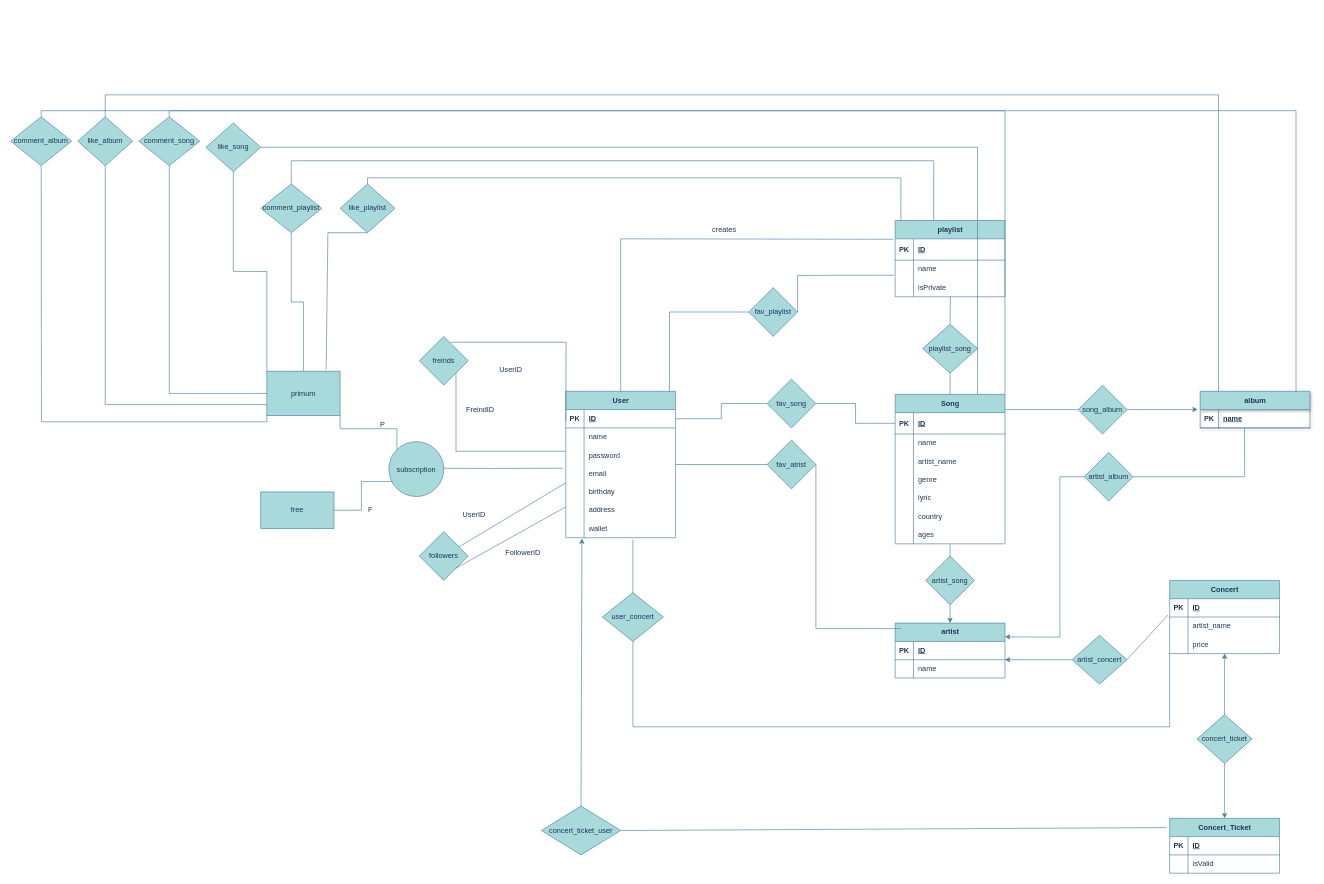
Earlier version of the draw.io diagram ER/ER-diagram-spotify.drawio (danialmd81/spotify). Source tidied: cells renumbered, new cells numbered last; positions are measured from the earlier drawing's top-left corner, leaving out a move shared by most shapes. Both pictures are drawn from the tidied source at 61%, with x=0, y=0 at pixel (10, 95).
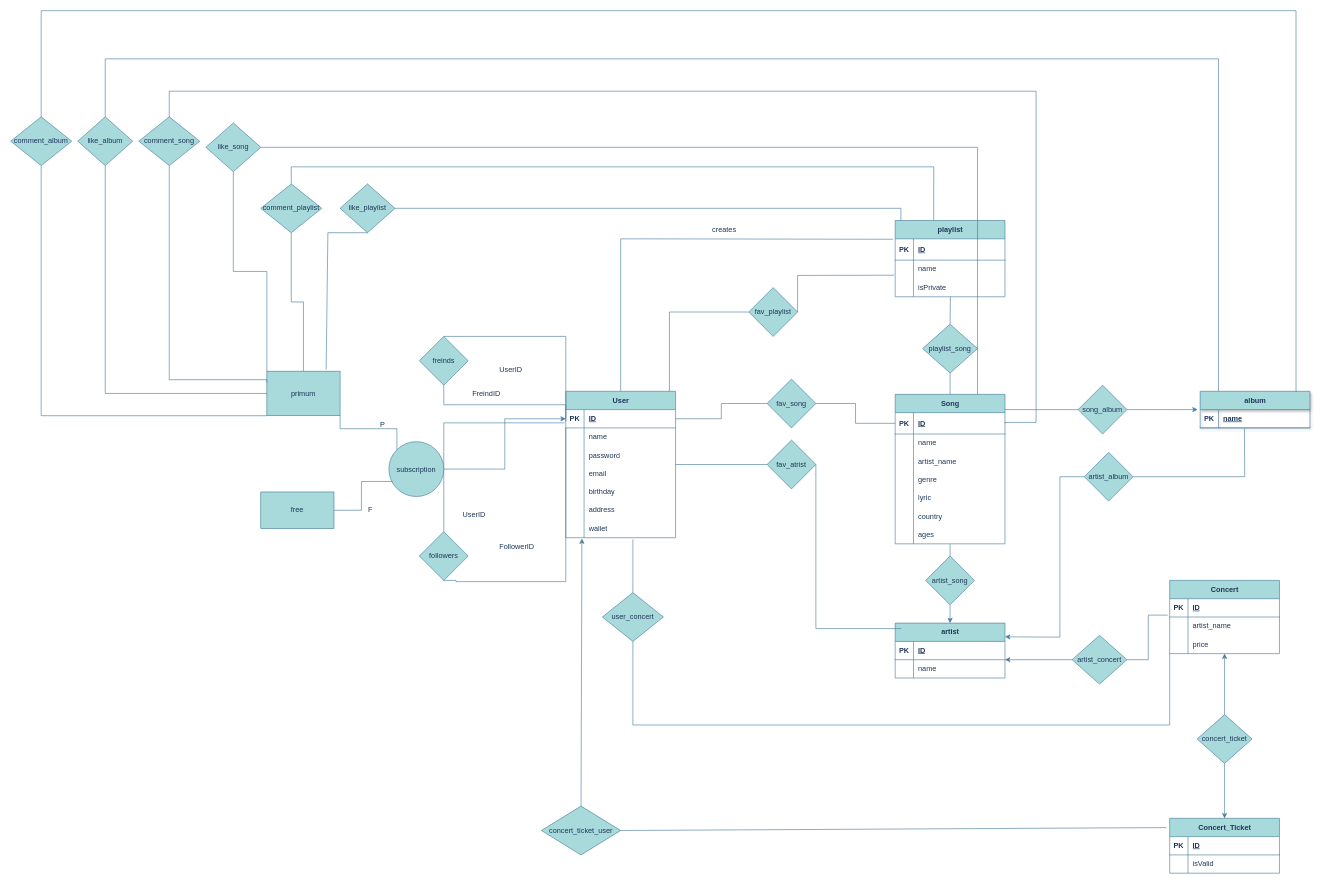
The same diagram, later.

Commit message:
feat: Add ER diagram and update project PDF

The change refers to these unchanged cells:
```xml
<mxCell id="3" style="shape=tableRow;horizontal=0;startSize=0;swimlaneHead=0;swimlaneBody=0;fillColor=none;points=[[0,0.5],[1,0.5]];portConstraint=eastwest;top=0;left=0;right=0;bottom=1;labelBackgroundColor=none;strokeColor=#457B9D;fontColor=#1D3557;rounded=0;" parent="2" vertex="1">
  <mxGeometry y="30" width="180" height="30" as="geometry" />
</mxCell>
<mxCell id="9" style="shape=tableRow;horizontal=0;startSize=0;swimlaneHead=0;swimlaneBody=0;fillColor=none;points=[[0,0.5],[1,0.5]];portConstraint=eastwest;top=0;left=0;right=0;bottom=0;labelBackgroundColor=none;strokeColor=#457B9D;fontColor=#1D3557;rounded=0;" parent="2" vertex="1">
  <mxGeometry y="90" width="180" height="30" as="geometry" />
</mxCell>
<mxCell id="12" style="shape=tableRow;horizontal=0;startSize=0;swimlaneHead=0;swimlaneBody=0;fillColor=none;points=[[0,0.5],[1,0.5]];portConstraint=eastwest;top=0;left=0;right=0;bottom=0;labelBackgroundColor=none;strokeColor=#457B9D;fontColor=#1D3557;rounded=0;" parent="2" vertex="1">
  <mxGeometry y="120" width="180" height="30" as="geometry" />
</mxCell>
<mxCell id="24" value="freinds" style="rhombus;whiteSpace=wrap;html=1;labelBackgroundColor=none;fillColor=#A8DADC;strokeColor=#457B9D;fontColor=#1D3557;rounded=0;" parent="1" vertex="1">
  <mxGeometry x="670" y="396" width="80" height="80" as="geometry" />
</mxCell>
<mxCell id="29" value="followers" style="rhombus;whiteSpace=wrap;html=1;labelBackgroundColor=none;fillColor=#A8DADC;strokeColor=#457B9D;fontColor=#1D3557;rounded=0;" parent="1" vertex="1">
  <mxGeometry x="670" y="716" width="80" height="80" as="geometry" />
</mxCell>
<mxCell id="44" value="Song" style="shape=table;startSize=30;childLayout=tableLayout;rowLines=0;fontStyle=1;align=center;html=1;strokeColor=#457B9D;fontColor=#1D3557;fillColor=#A8DADC;labelBackgroundColor=none;rounded=0;" parent="1" vertex="1">
  <mxGeometry x="1450" y="491" width="180" height="245" as="geometry" />
</mxCell>
<mxCell id="45" style="shape=tableRow;horizontal=0;startSize=0;swimlaneHead=0;swimlaneBody=0;fillColor=none;points=[[0,0.5],[1,0.5]];portConstraint=eastwest;top=0;left=0;right=0;bottom=1;strokeColor=#457B9D;fontColor=#1D3557;labelBackgroundColor=none;rounded=0;" parent="44" vertex="1">
  <mxGeometry y="30" width="180" height="35" as="geometry" />
</mxCell>
<mxCell id="71" style="shape=tableRow;horizontal=0;startSize=0;swimlaneHead=0;swimlaneBody=0;fillColor=none;points=[[0,0.5],[1,0.5]];portConstraint=eastwest;top=0;left=0;right=0;bottom=0;strokeColor=#457B9D;fontColor=#1D3557;labelBackgroundColor=none;rounded=0;" parent="67" vertex="1">
  <mxGeometry y="60" width="180" height="30" as="geometry" />
</mxCell>
<mxCell id="77" value="artist_concert" style="rhombus;whiteSpace=wrap;html=1;labelBackgroundColor=none;fillColor=#A8DADC;strokeColor=#457B9D;fontColor=#1D3557;rounded=0;" parent="1" vertex="1">
  <mxGeometry x="1740" y="886" width="90" height="80" as="geometry" />
</mxCell>
<mxCell id="80" value="album" style="shape=table;startSize=30;childLayout=tableLayout;rowLines=0;fontStyle=1;align=center;html=1;strokeColor=#457B9D;fontColor=#1D3557;fillColor=#A8DADC;labelBackgroundColor=none;shadow=1;rounded=0;" parent="1" vertex="1">
  <mxGeometry x="1950" y="486" width="180" height="60" as="geometry" />
</mxCell>
<mxCell id="103" value="playlist" style="shape=table;startSize=30;childLayout=tableLayout;rowLines=0;fontStyle=1;align=center;html=1;strokeColor=#457B9D;fontColor=#1D3557;fillColor=#A8DADC;labelBackgroundColor=none;rounded=0;" parent="1" vertex="1">
  <mxGeometry x="1450" y="206" width="180" height="125" as="geometry" />
</mxCell>
<mxCell id="129" value="primum" style="rounded=0;whiteSpace=wrap;html=1;labelBackgroundColor=none;fillColor=#A8DADC;strokeColor=#457B9D;fontColor=#1D3557;" parent="1" vertex="1">
  <mxGeometry x="420" y="453" width="120" height="73" as="geometry" />
</mxCell>
<mxCell id="132" value="subscription" style="ellipse;whiteSpace=wrap;html=1;strokeColor=#457B9D;fontColor=#1D3557;fillColor=#A8DADC;rounded=0;" parent="1" vertex="1">
  <mxGeometry x="620" y="568.5" width="90" height="90" as="geometry" />
</mxCell>
<mxCell id="139" value="comment_song" style="rhombus;whiteSpace=wrap;html=1;labelBackgroundColor=none;fillColor=#A8DADC;strokeColor=#457B9D;fontColor=#1D3557;rounded=0;" parent="1" vertex="1">
  <mxGeometry x="210" y="36" width="100" height="80" as="geometry" />
</mxCell>
<mxCell id="143" value="comment_album" style="rhombus;whiteSpace=wrap;html=1;labelBackgroundColor=none;fillColor=#A8DADC;strokeColor=#457B9D;fontColor=#1D3557;rounded=0;" parent="1" vertex="1">
  <mxGeometry y="36" width="100" height="80" as="geometry" />
</mxCell>
<mxCell id="144" value="like_album" style="rhombus;whiteSpace=wrap;html=1;labelBackgroundColor=none;fillColor=#A8DADC;strokeColor=#457B9D;fontColor=#1D3557;rounded=0;" parent="1" vertex="1">
  <mxGeometry x="110" y="36" width="90" height="80" as="geometry" />
</mxCell>
<mxCell id="150" value="comment_playlist" style="rhombus;whiteSpace=wrap;html=1;labelBackgroundColor=none;fillColor=#A8DADC;strokeColor=#457B9D;fontColor=#1D3557;rounded=0;" parent="1" vertex="1">
  <mxGeometry x="410" y="146" width="100" height="80" as="geometry" />
</mxCell>
<mxCell id="151" value="like_playlist" style="rhombus;whiteSpace=wrap;html=1;labelBackgroundColor=none;fillColor=#A8DADC;strokeColor=#457B9D;fontColor=#1D3557;rounded=0;" parent="1" vertex="1">
  <mxGeometry x="540" y="146" width="90" height="80" as="geometry" />
</mxCell>
```

What changed in the source:
```diff
@@
-    <mxCell id="25" style="endArrow=none;html=1;rounded=0;exitX=0.635;exitY=0.12;exitDx=0;exitDy=0;exitPerimeter=0;labelBackgroundColor=none;strokeColor=#457B9D;fontColor=default;edgeStyle=orthogonalEdgeStyle;" parent="1" edge="1" source="24">
+    <mxCell id="25" style="endArrow=none;html=1;rounded=0;labelBackgroundColor=none;strokeColor=#457B9D;fontColor=default;edgeStyle=orthogonalEdgeStyle;exitX=0.5;exitY=0;exitDx=0;exitDy=0;" parent="1" edge="1" source="24">
       <mxGeometry relative="1" as="geometry">
         <mxPoint x="910" y="536" as="targetPoint" />
+        <Array as="points">
+          <mxPoint x="910" y="396" />
+        </Array>
       </mxGeometry>
     </mxCell>
@@
-    <mxCell id="27" style="endArrow=none;html=1;rounded=0;entryX=-0.004;entryY=0.28;entryDx=0;entryDy=0;exitX=1;exitY=1;exitDx=0;exitDy=0;entryPerimeter=0;labelBackgroundColor=none;strokeColor=#457B9D;fontColor=default;edgeStyle=orthogonalEdgeStyle;" parent="1" edge="1" source="24" target="9">
-      <mxGeometry relative="1" as="geometry" />
+    <mxCell id="27" style="endArrow=none;html=1;rounded=0;entryX=0;entryY=0.5;entryDx=0;entryDy=0;exitX=0.5;exitY=1;exitDx=0;exitDy=0;labelBackgroundColor=none;strokeColor=#457B9D;fontColor=default;edgeStyle=orthogonalEdgeStyle;" parent="1" edge="1" source="24" target="3">
+      <mxGeometry relative="1" as="geometry">
+        <Array as="points">
+          <mxPoint x="710" y="508" />
+          <mxPoint x="910" y="508" />
+        </Array>
+      </mxGeometry>
     </mxCell>
     <mxCell id="28" value="FreindID" style="text;html=1;align=center;verticalAlign=middle;whiteSpace=wrap;rounded=0;labelBackgroundColor=none;fontColor=#1D3557;" parent="1" vertex="1">
-      <mxGeometry x="740" y="501" width="60" height="30" as="geometry" />
+      <mxGeometry x="750" y="474.5" width="60" height="30" as="geometry" />
     </mxCell>
@@
-    <mxCell id="30" style="endArrow=none;html=1;rounded=0;labelBackgroundColor=none;strokeColor=#457B9D;fontColor=default;" parent="1" edge="1" source="29">
+    <mxCell id="30" style="endArrow=none;html=1;rounded=0;labelBackgroundColor=none;strokeColor=#457B9D;fontColor=default;edgeStyle=orthogonalEdgeStyle;entryX=-0.012;entryY=0.724;entryDx=0;entryDy=0;entryPerimeter=0;" parent="1" edge="1" source="29" target="3">
       <mxGeometry relative="1" as="geometry">
-        <mxPoint x="910" y="636" as="targetPoint" />
+        <Array as="points">
+          <mxPoint x="710" y="538" />
+        </Array>
       </mxGeometry>
     </mxCell>
@@
-    <mxCell id="32" style="endArrow=none;html=1;rounded=0;entryX=-0.004;entryY=0.28;entryDx=0;entryDy=0;entryPerimeter=0;labelBackgroundColor=none;strokeColor=#457B9D;fontColor=default;exitX=1;exitY=1;exitDx=0;exitDy=0;" parent="1" edge="1" source="29">
+    <mxCell id="32" style="endArrow=none;html=1;rounded=0;labelBackgroundColor=none;strokeColor=#457B9D;fontColor=default;exitX=0.5;exitY=1;exitDx=0;exitDy=0;edgeStyle=orthogonalEdgeStyle;" parent="1" edge="1" source="29" target="3">
       <mxGeometry relative="1" as="geometry">
-        <mxPoint x="909.7" y="675.6" as="targetPoint" />
+        <Array as="points">
+          <mxPoint x="730" y="796" />
+          <mxPoint x="730" y="798" />
+          <mxPoint x="910" y="798" />
+        </Array>
       </mxGeometry>
     </mxCell>
     <mxCell id="33" value="FollowerID" style="text;html=1;align=center;verticalAlign=middle;whiteSpace=wrap;rounded=0;labelBackgroundColor=none;fontColor=#1D3557;" parent="1" vertex="1">
-      <mxGeometry x="810" y="736" width="60" height="30" as="geometry" />
+      <mxGeometry x="800" y="726" width="60" height="30" as="geometry" />
     </mxCell>
@@
-    <mxCell id="101" style="endArrow=none;html=1;rounded=0;entryX=-0.017;entryY=-0.103;entryDx=0;entryDy=0;entryPerimeter=0;exitX=1;exitY=0.5;exitDx=0;exitDy=0;labelBackgroundColor=none;strokeColor=#457B9D;fontColor=default;" parent="1" edge="1" source="77" target="71">
+    <mxCell id="101" style="endArrow=none;html=1;rounded=0;entryX=-0.017;entryY=-0.103;entryDx=0;entryDy=0;entryPerimeter=0;exitX=1;exitY=0.5;exitDx=0;exitDy=0;labelBackgroundColor=none;strokeColor=#457B9D;fontColor=default;edgeStyle=orthogonalEdgeStyle;" parent="1" edge="1" source="77" target="71">
       <mxGeometry relative="1" as="geometry" />
     </mxCell>
-    <mxCell id="102" style="endArrow=none;html=1;rounded=0;labelBackgroundColor=none;strokeColor=#457B9D;fontColor=default;" parent="1" edge="1">
+    <mxCell id="102" style="endArrow=none;html=1;rounded=0;labelBackgroundColor=none;strokeColor=#457B9D;fontColor=default;edgeStyle=orthogonalEdgeStyle;" parent="1" edge="1">
       <mxGeometry relative="1" as="geometry">
         <mxPoint x="1900" y="916" as="sourcePoint" />
         <mxPoint x="1020" y="896" as="targetPoint" />
         <Array as="points">
-          <mxPoint x="1900" y="1036" />
-          <mxPoint x="1020" y="1036" />
+          <mxPoint x="1900" y="1033" />
+          <mxPoint x="1020" y="1033" />
         </Array>
       </mxGeometry>
     </mxCell>
@@
-    <mxCell id="131" style="endArrow=none;html=1;rounded=0;strokeColor=#457B9D;fontColor=#1D3557;fillColor=#A8DADC;entryX=-0.03;entryY=0.204;entryDx=0;entryDy=0;entryPerimeter=0;edgeStyle=orthogonalEdgeStyle;" parent="1" edge="1" target="12">
-      <mxGeometry relative="1" as="geometry">
-        <mxPoint x="660" y="612" as="sourcePoint" />
-      </mxGeometry>
-    </mxCell>
+    <mxCell id="155" style="html=1;exitX=1;exitY=0.5;exitDx=0;exitDy=0;fillColor=#1ba1e2;strokeColor=#457B9D;rounded=0;edgeStyle=orthogonalEdgeStyle;" parent="1" edge="1" source="132" target="3">
+      <mxGeometry relative="1" as="geometry" />
+    </mxCell>
@@
-    <mxCell id="140" style="endArrow=none;html=1;rounded=0;strokeColor=#457B9D;fontColor=#1D3557;fillColor=#A8DADC;entryX=0.5;entryY=1;entryDx=0;entryDy=0;exitX=0;exitY=0.5;exitDx=0;exitDy=0;edgeStyle=orthogonalEdgeStyle;" parent="1" edge="1" source="129" target="139">
-      <mxGeometry relative="1" as="geometry" />
+    <mxCell id="140" style="endArrow=none;html=1;rounded=0;strokeColor=#457B9D;fontColor=#1D3557;fillColor=#A8DADC;entryX=0.5;entryY=1;entryDx=0;entryDy=0;exitX=0;exitY=0.25;exitDx=0;exitDy=0;edgeStyle=orthogonalEdgeStyle;" parent="1" edge="1" source="129" target="139">
+      <mxGeometry relative="1" as="geometry">
+        <Array as="points">
+          <mxPoint x="420" y="467" />
+          <mxPoint x="260" y="467" />
+        </Array>
+      </mxGeometry>
     </mxCell>
@@
-    <mxCell id="142" style="endArrow=none;html=1;rounded=0;strokeColor=#457B9D;fontColor=#1D3557;fillColor=#A8DADC;exitX=0.5;exitY=0;exitDx=0;exitDy=0;entryX=1;entryY=0;entryDx=0;entryDy=0;edgeStyle=orthogonalEdgeStyle;" parent="1" edge="1" source="139" target="44">
-      <mxGeometry relative="1" as="geometry" />
+    <mxCell id="142" style="endArrow=none;html=1;rounded=0;strokeColor=#457B9D;fontColor=#1D3557;fillColor=#A8DADC;exitX=0.5;exitY=0;exitDx=0;exitDy=0;entryX=1;entryY=0.5;entryDx=0;entryDy=0;edgeStyle=orthogonalEdgeStyle;" parent="1" edge="1" source="139" target="45">
+      <mxGeometry relative="1" as="geometry">
+        <Array as="points">
+          <mxPoint x="260" y="-6" />
+          <mxPoint x="1681" y="-6" />
+          <mxPoint x="1681" y="537" />
+          <mxPoint x="1630" y="537" />
+        </Array>
+      </mxGeometry>
     </mxCell>
@@
     <mxCell id="145" style="endArrow=none;html=1;rounded=0;strokeColor=#457B9D;fontColor=#1D3557;fillColor=#A8DADC;entryX=0.5;entryY=1;entryDx=0;entryDy=0;exitX=0;exitY=1;exitDx=0;exitDy=0;edgeStyle=orthogonalEdgeStyle;" parent="1" edge="1" source="129">
       <mxGeometry relative="1" as="geometry">
         <mxPoint x="50" y="116" as="targetPoint" />
+        <Array as="points">
+          <mxPoint x="50" y="526" />
+        </Array>
       </mxGeometry>
     </mxCell>
-    <mxCell id="146" style="endArrow=none;html=1;rounded=0;strokeColor=#457B9D;fontColor=#1D3557;fillColor=#A8DADC;entryX=0.5;entryY=1;entryDx=0;entryDy=0;exitX=0;exitY=0.75;exitDx=0;exitDy=0;edgeStyle=orthogonalEdgeStyle;" parent="1" edge="1" source="129" target="144">
+    <mxCell id="146" style="endArrow=none;html=1;rounded=0;strokeColor=#457B9D;fontColor=#1D3557;fillColor=#A8DADC;entryX=0.5;entryY=1;entryDx=0;entryDy=0;exitX=0;exitY=0.5;exitDx=0;exitDy=0;edgeStyle=orthogonalEdgeStyle;" parent="1" edge="1" source="129" target="144">
       <mxGeometry relative="1" as="geometry" />
     </mxCell>
     <mxCell id="147" style="endArrow=none;html=1;rounded=0;strokeColor=#457B9D;fontColor=#1D3557;fillColor=#A8DADC;exitX=0.5;exitY=0;exitDx=0;exitDy=0;entryX=0.873;entryY=0.027;entryDx=0;entryDy=0;entryPerimeter=0;edgeStyle=orthogonalEdgeStyle;" parent="1" edge="1" source="143" target="80">
-      <mxGeometry relative="1" as="geometry" />
+      <mxGeometry relative="1" as="geometry">
+        <Array as="points">
+          <mxPoint x="50" y="-138" />
+          <mxPoint x="2107" y="-138" />
+        </Array>
+      </mxGeometry>
     </mxCell>
     <mxCell id="148" style="endArrow=none;html=1;rounded=0;strokeColor=#457B9D;fontColor=#1D3557;fillColor=#A8DADC;exitX=0.5;exitY=0;exitDx=0;exitDy=0;edgeStyle=orthogonalEdgeStyle;" parent="1" edge="1" source="144">
       <mxGeometry relative="1" as="geometry">
         <mxPoint x="1980" y="486" as="targetPoint" />
         <Array as="points">
-          <mxPoint x="155" />
-          <mxPoint x="1980" />
+          <mxPoint x="155" y="-59" />
+          <mxPoint x="1980" y="-59" />
         </Array>
       </mxGeometry>
     </mxCell>
@@
     <mxCell id="152" style="endArrow=none;html=1;rounded=0;strokeColor=#457B9D;fontColor=#1D3557;fillColor=#A8DADC;exitX=0.5;exitY=0;exitDx=0;exitDy=0;entryX=0.351;entryY=0.001;entryDx=0;entryDy=0;entryPerimeter=0;edgeStyle=orthogonalEdgeStyle;" parent="1" edge="1" source="150" target="103">
       <mxGeometry relative="1" as="geometry">
         <Array as="points">
-          <mxPoint x="460" y="108" />
-          <mxPoint x="1513" y="108" />
+          <mxPoint x="460" y="118" />
+          <mxPoint x="1513" y="118" />
         </Array>
       </mxGeometry>
     </mxCell>
-    <mxCell id="153" style="endArrow=none;html=1;rounded=0;strokeColor=#457B9D;fontColor=#1D3557;fillColor=#A8DADC;exitX=0.5;exitY=0;exitDx=0;exitDy=0;entryX=0.052;entryY=0.006;entryDx=0;entryDy=0;entryPerimeter=0;edgeStyle=orthogonalEdgeStyle;" parent="1" edge="1" source="151" target="103">
-      <mxGeometry relative="1" as="geometry" />
+    <mxCell id="153" style="endArrow=none;html=1;rounded=0;strokeColor=#457B9D;fontColor=#1D3557;fillColor=#A8DADC;exitX=1;exitY=0.5;exitDx=0;exitDy=0;entryX=0.052;entryY=0.006;entryDx=0;entryDy=0;entryPerimeter=0;edgeStyle=orthogonalEdgeStyle;" parent="1" edge="1" source="151" target="103">
+      <mxGeometry relative="1" as="geometry">
+        <Array as="points">
+          <mxPoint x="1459" y="186" />
+        </Array>
+      </mxGeometry>
     </mxCell>
```
